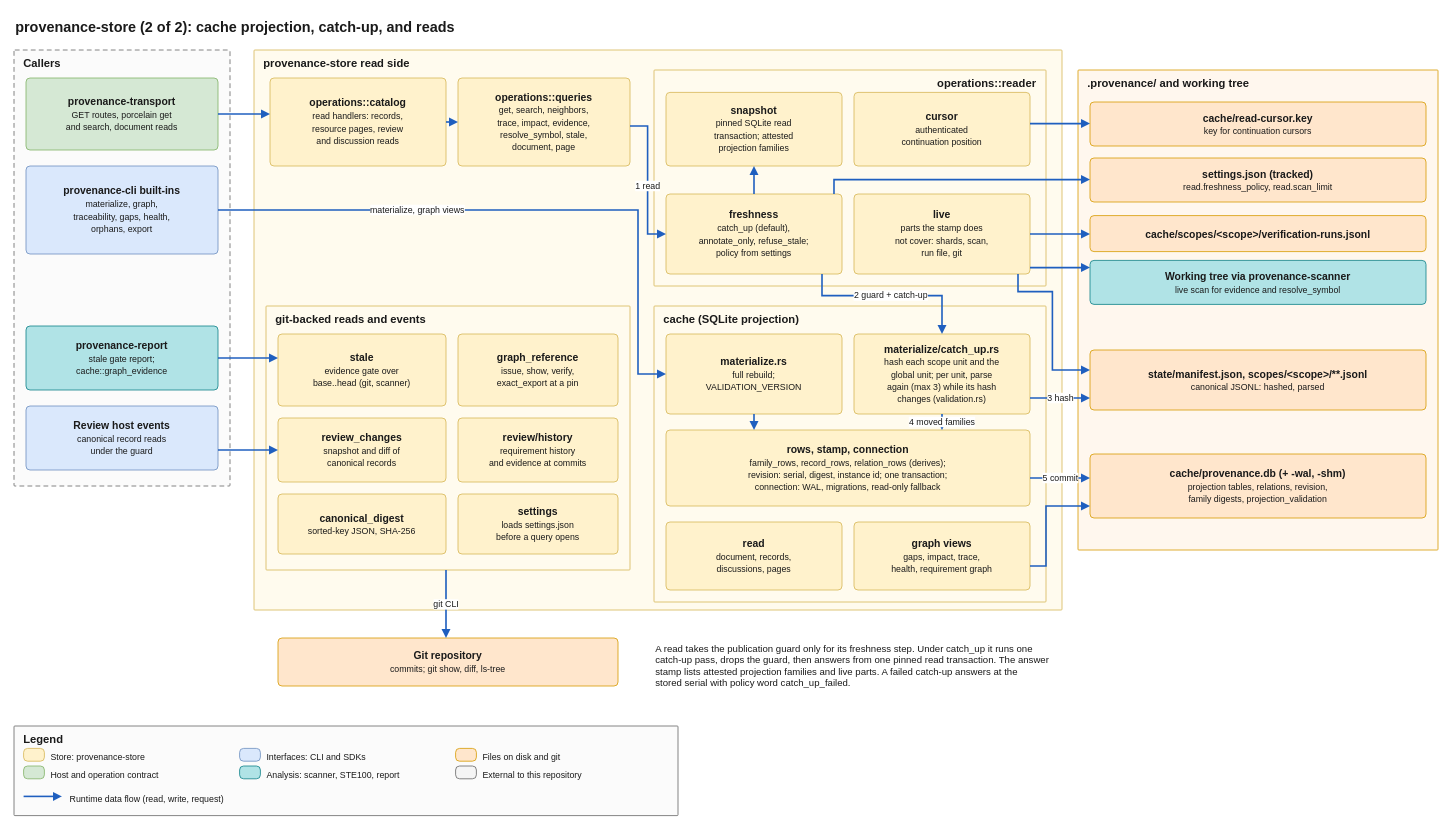
This is docs/architecture/diagrams/03-store-cache-and-reads.drawio from quality-sh/provenance, a draw.io file, before an edit. Source tidied: cells renumbered, new cells numbered last; positions are measured from the earlier drawing's top-left corner, leaving out a move shared by most shapes. Both pictures are drawn from the tidied source at 80%, with x=0, y=0 at pixel (14, 14).
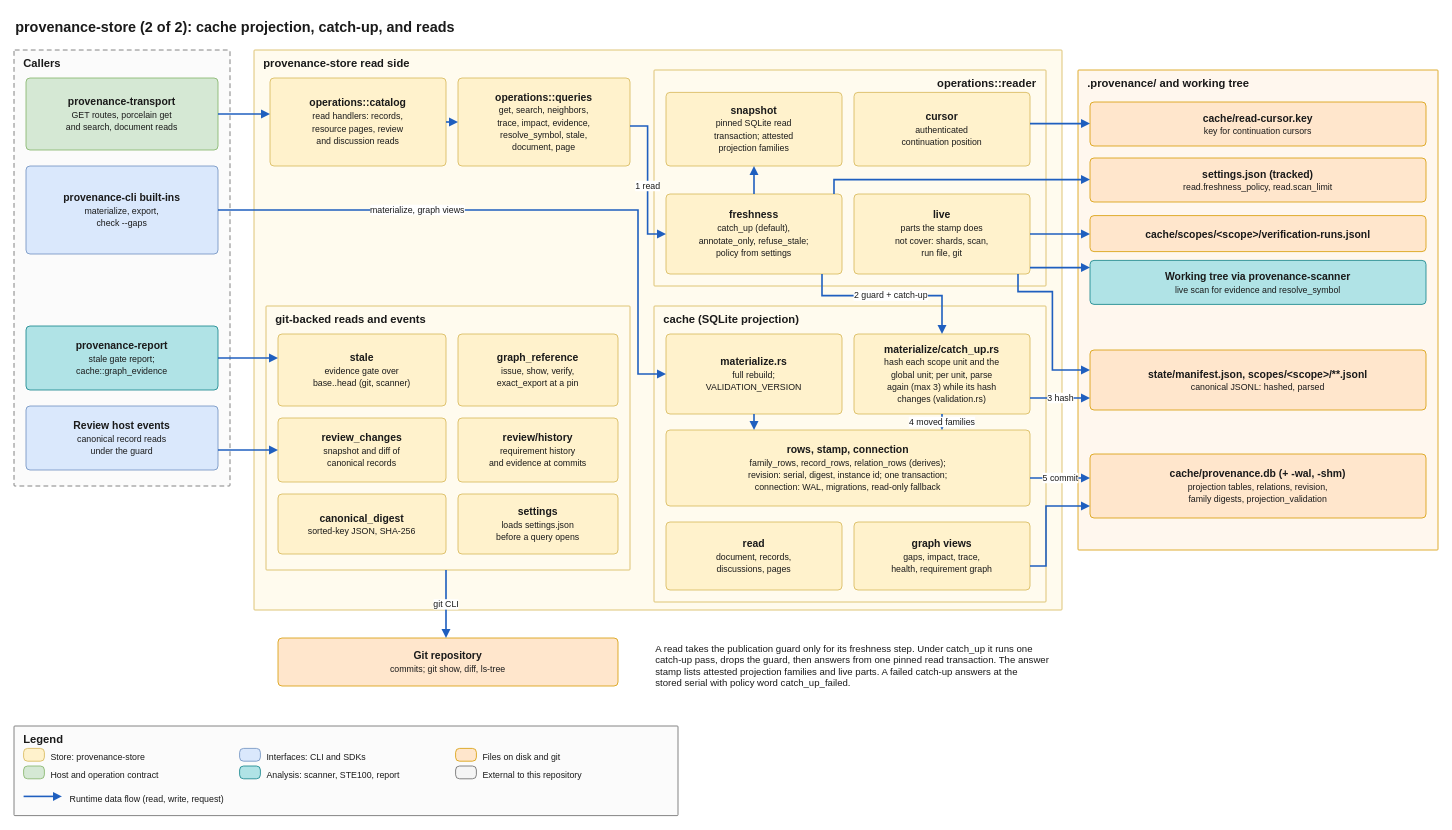
The same diagram, later.

The change refers to these unchanged cells:
```xml
<mxCell id="3" value="Callers" style="rounded=1;arcSize=2;absoluteArcSize=1;whiteSpace=wrap;html=1;fillColor=#fbfbfb;strokeColor=#666666;verticalAlign=top;align=left;spacingLeft=10;spacingRight=10;spacingTop=2;fontStyle=1;fontSize=14;fontColor=#1a1a1a;dashed=1;dashPattern=6 4;" parent="1" vertex="1">
  <mxGeometry y="45" width="270" height="545" as="geometry" />
</mxCell>
```

Change to the diagram source:
```diff
@@
-    <mxCell id="5" value="&lt;b&gt;provenance-cli built-ins&lt;/b&gt;&lt;br&gt;&lt;font style=&quot;font-size:11px&quot;&gt;materialize, graph,&lt;br&gt;traceability, gaps, health,&lt;br&gt;orphans, export&lt;/font&gt;" style="rounded=1;arcSize=10;absoluteArcSize=1;whiteSpace=wrap;html=1;fillColor=#dae8fc;strokeColor=#6c8ebf;fontSize=13;fontColor=#1a1a1a;verticalAlign=middle;align=center;spacing=4;" parent="3" vertex="1">
+    <mxCell id="5" value="&lt;b&gt;provenance-cli built-ins&lt;/b&gt;&lt;br&gt;&lt;font style=&quot;font-size:11px&quot;&gt;materialize, export,&lt;br&gt;check --gaps&lt;/font&gt;" style="rounded=1;arcSize=10;absoluteArcSize=1;whiteSpace=wrap;html=1;fillColor=#dae8fc;strokeColor=#6c8ebf;fontSize=13;fontColor=#1a1a1a;verticalAlign=middle;align=center;spacing=4;" parent="3" vertex="1">
       <mxGeometry x="15" y="145" width="240" height="110" as="geometry" />
     </mxCell>
```
